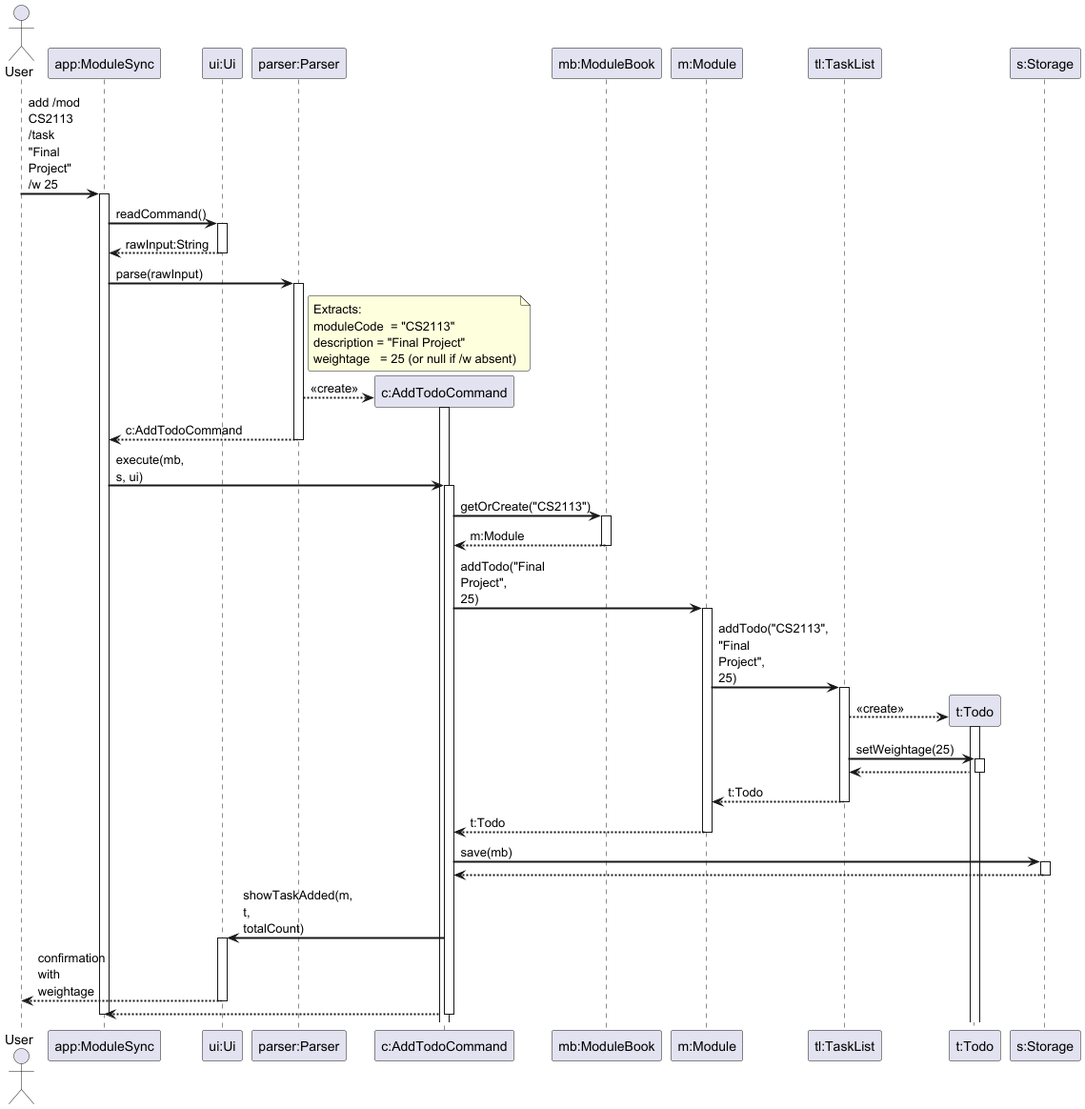
Before: docs/images/AddWeightageSequenceDiagram.png, a diagram exported from PlantUML (heeelol/tp).
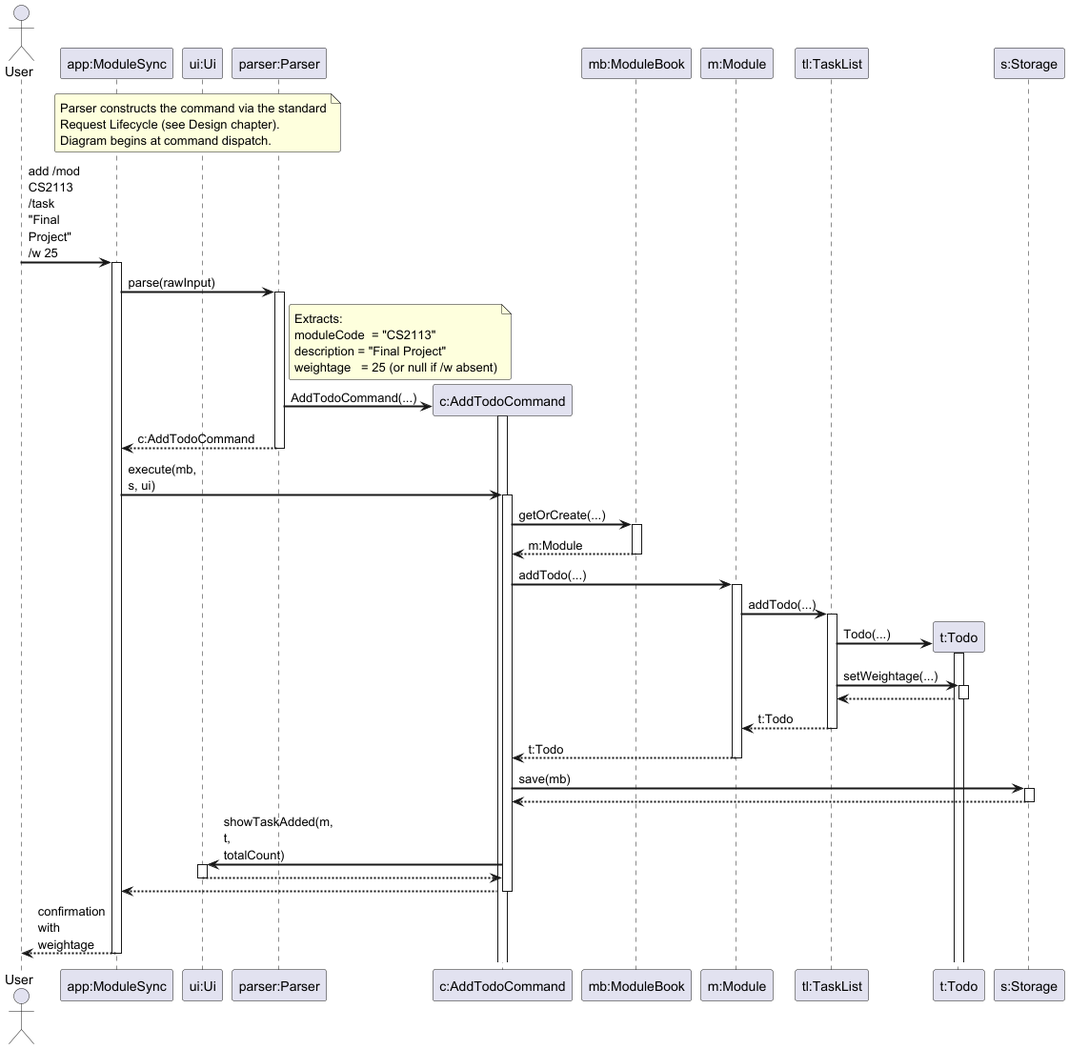
The same diagram one commit later.

Diff of the diagram source:
```diff
@@ -15,13 +15,14 @@
 Participant "t:Todo" as todo
 Participant "s:Storage" as storage
 
+note over app, parser
+  Parser constructs the command via the standard
+  Request Lifecycle (see Design chapter).
+  Diagram begins at command dispatch.
+end note
+
 user -> app : add /mod CS2113 /task "Final Project" /w 25
 activate app
-
-app -> ui : readCommand()
-activate ui
-ui --> app : rawInput:String
-deactivate ui
 
 app -> parser : parse(rawInput)
 activate parser
@@ -34,7 +35,7 @@
 end note
 
 create addCommand
-parser --> addCommand : <<create>>
+parser -> addCommand : AddTodoCommand(...)
 activate addCommand
 deactivate addCommand
 
@@ -44,23 +45,23 @@
 app -> addCommand : execute(mb, s, ui)
 activate addCommand
 
-addCommand -> moduleBook : getOrCreate("CS2113")
+addCommand -> moduleBook : getOrCreate(...)
 activate moduleBook
 moduleBook --> addCommand : m:Module
 deactivate moduleBook
 
-addCommand -> module : addTodo("Final Project", 25)
+addCommand -> module : addTodo(...)
 activate module
 
-module -> taskList : addTodo("CS2113", "Final Project", 25)
+module -> taskList : addTodo(...)
 activate taskList
 
 create todo
-taskList --> todo : <<create>>
+taskList -> todo : Todo(...)
 activate todo
 deactivate todo
 
-taskList -> todo : setWeightage(25)
+taskList -> todo : setWeightage(...)
 activate todo
 todo --> taskList
 deactivate todo
@@ -78,12 +79,13 @@
 
 addCommand -> ui : showTaskAdded(m, t, totalCount)
 activate ui
-ui --> user : confirmation with weightage
+ui --> addCommand
 deactivate ui
 
 addCommand --> app
 deactivate addCommand
 
+app --> user : confirmation with weightage
 deactivate app
 
 @enduml
```
